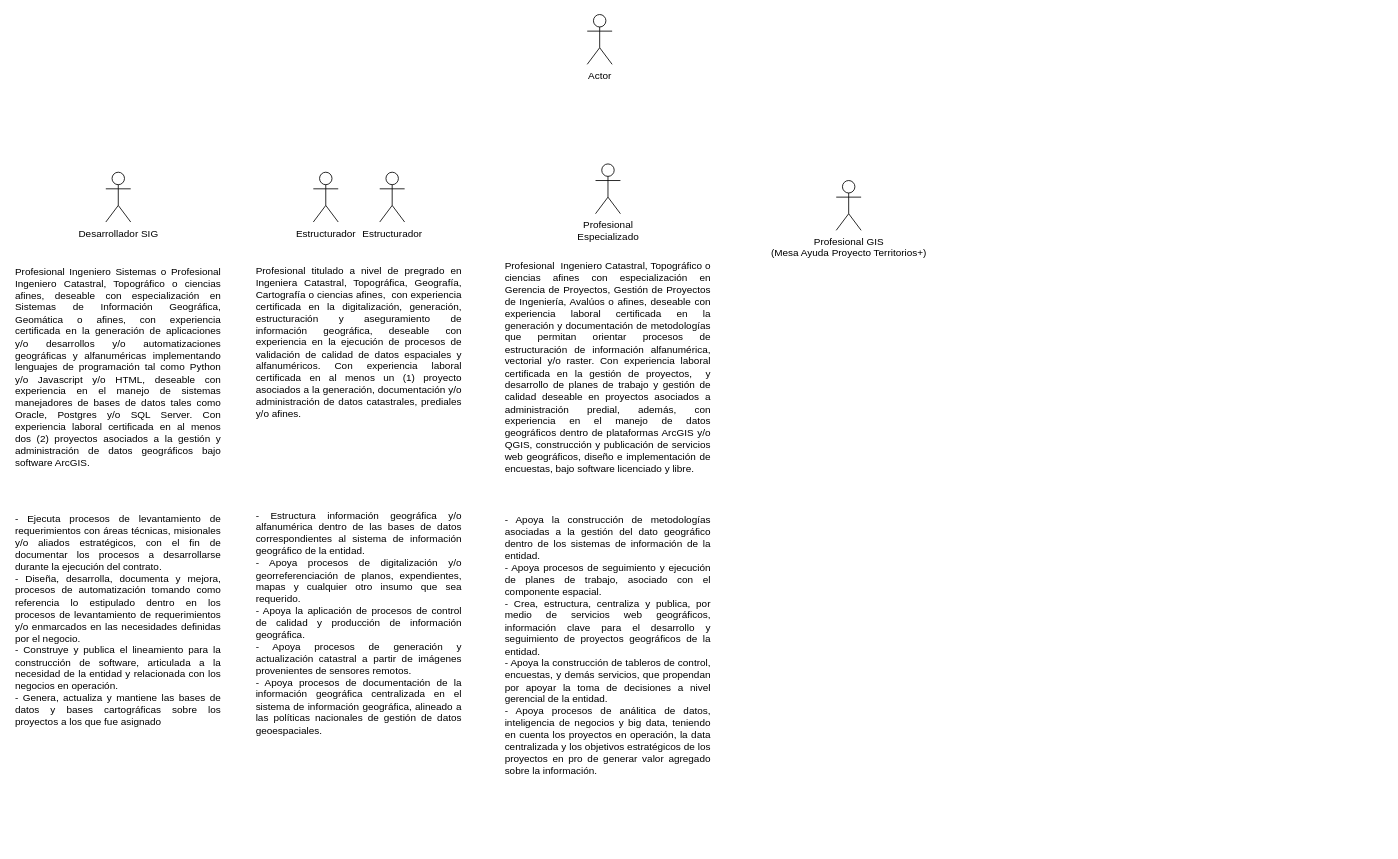
The draw.io diagram OrganigramaCoordinacionGIS.drawio in rjsaby/FlujoProcesos, before the edit. Source tidied: cells renumbered, new cells numbered last; positions are measured from the earlier drawing's top-left corner, leaving out a move shared by most shapes. Both pictures are drawn from the tidied source at 83%, with x=0, y=0 at pixel (14, 14).
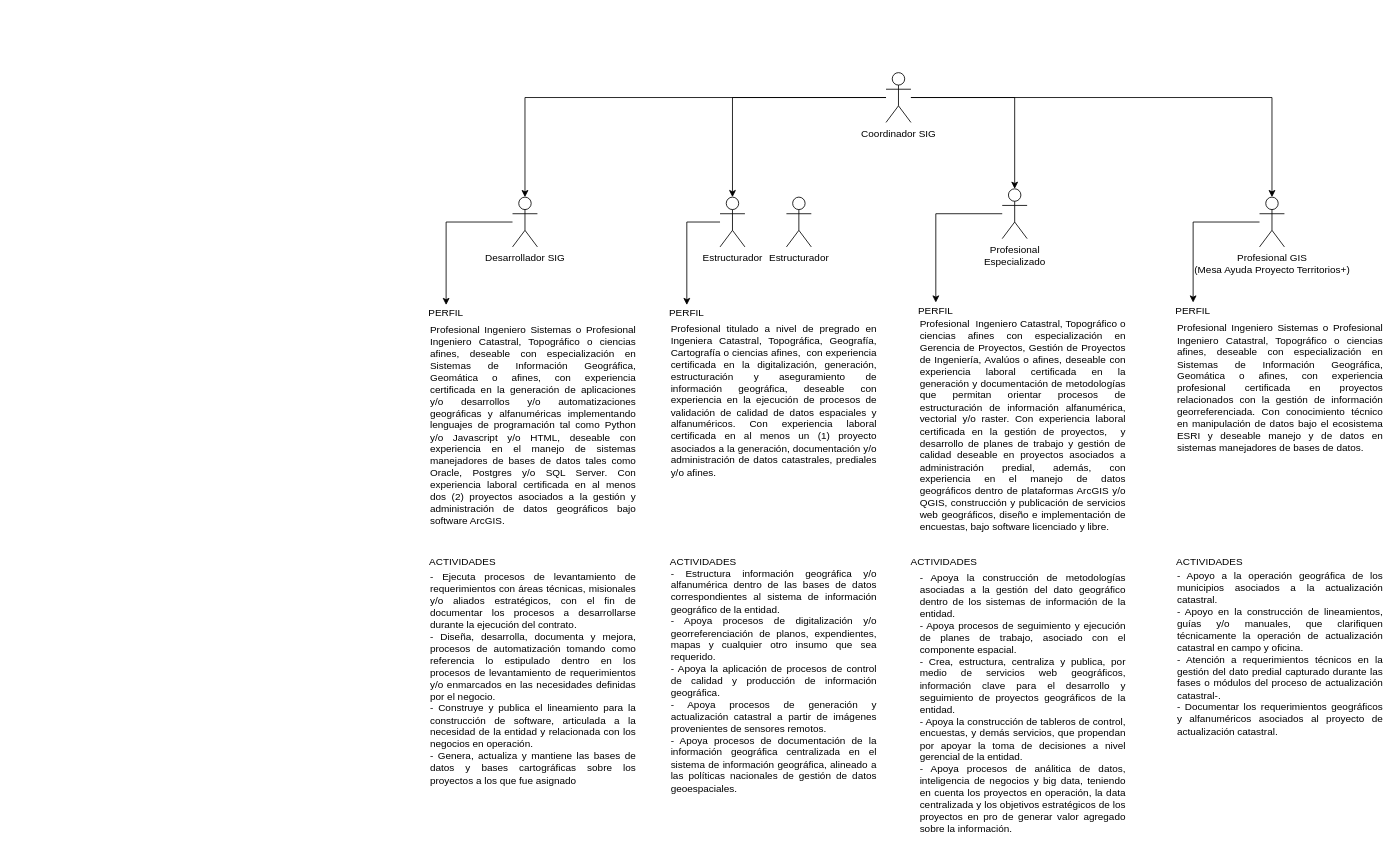
The same page after the edit.

The edit, as a diff of the source:
```diff
@@
+    <mxCell id="14" style="edgeStyle=orthogonalEdgeStyle;rounded=0;jettySize=auto;html=1;entryX=0.5;entryY=0;entryDx=0;entryDy=0;entryPerimeter=0;" parent="1" edge="1" source="2" target="3">
+      <mxGeometry relative="1" as="geometry" />
+    </mxCell>
+    <mxCell id="15" style="edgeStyle=orthogonalEdgeStyle;rounded=0;jettySize=auto;html=1;entryX=0.5;entryY=0;entryDx=0;entryDy=0;entryPerimeter=0;" parent="1" edge="1" source="2" target="7">
+      <mxGeometry relative="1" as="geometry" />
+    </mxCell>
+    <mxCell id="16" style="edgeStyle=orthogonalEdgeStyle;rounded=0;jettySize=auto;html=1;" parent="1" edge="1" source="2" target="4">
+      <mxGeometry relative="1" as="geometry" />
+    </mxCell>
+    <mxCell id="17" style="edgeStyle=orthogonalEdgeStyle;rounded=0;jettySize=auto;html=1;entryX=0.5;entryY=0;entryDx=0;entryDy=0;entryPerimeter=0;" parent="1" edge="1" source="2" target="6">
+      <mxGeometry relative="1" as="geometry" />
+    </mxCell>
-    <mxCell id="2" value="Actor" style="shape=umlActor;verticalLabelPosition=bottom;verticalAlign=top;html=1;outlineConnect=0;" parent="1" vertex="1">
-      <mxGeometry x="690" width="30" height="60" as="geometry" />
+    <mxCell id="2" value="Coordinador SIG" style="shape=umlActor;verticalLabelPosition=bottom;verticalAlign=top;html=1;outlineConnect=0;" parent="1" vertex="1">
+      <mxGeometry x="1050" y="70" width="30" height="60" as="geometry" />
     </mxCell>
+    <mxCell id="18" style="edgeStyle=orthogonalEdgeStyle;rounded=0;jettySize=auto;html=1;" parent="1" edge="1" source="3" target="24">
+      <mxGeometry relative="1" as="geometry" />
+    </mxCell>
     <mxCell id="3" value="Desarrollador SIG" style="shape=umlActor;verticalLabelPosition=bottom;verticalAlign=top;html=1;outlineConnect=0;" parent="1" vertex="1">
-      <mxGeometry x="110" y="190" width="30" height="60" as="geometry" />
+      <mxGeometry x="600" y="220" width="30" height="60" as="geometry" />
     </mxCell>
+    <mxCell id="19" style="edgeStyle=orthogonalEdgeStyle;rounded=0;jettySize=auto;html=1;" parent="1" edge="1" source="4" target="25">
+      <mxGeometry relative="1" as="geometry" />
+    </mxCell>
     <mxCell id="4" value="Estructurador" style="shape=umlActor;verticalLabelPosition=bottom;verticalAlign=top;html=1;outlineConnect=0;" parent="1" vertex="1">
-      <mxGeometry x="360" y="190" width="30" height="60" as="geometry" />
+      <mxGeometry x="850" y="220" width="30" height="60" as="geometry" />
     </mxCell>
     <mxCell id="5" value="Estructurador" style="shape=umlActor;verticalLabelPosition=bottom;verticalAlign=top;html=1;" parent="1" vertex="1">
-      <mxGeometry x="440" y="190" width="30" height="60" as="geometry" />
+      <mxGeometry x="930" y="220" width="30" height="60" as="geometry" />
     </mxCell>
+    <mxCell id="20" style="edgeStyle=orthogonalEdgeStyle;rounded=0;jettySize=auto;html=1;entryX=0.5;entryY=0;entryDx=0;entryDy=0;" parent="1" edge="1" source="6" target="26">
+      <mxGeometry relative="1" as="geometry" />
+    </mxCell>
     <mxCell id="6" value="Profesional&lt;br&gt;Especializado" style="shape=umlActor;verticalLabelPosition=bottom;verticalAlign=top;html=1;outlineConnect=0;" parent="1" vertex="1">
-      <mxGeometry x="700" y="180" width="30" height="60" as="geometry" />
+      <mxGeometry x="1190" y="210" width="30" height="60" as="geometry" />
     </mxCell>
+    <mxCell id="21" style="edgeStyle=orthogonalEdgeStyle;rounded=0;jettySize=auto;html=1;entryX=0.5;entryY=0;entryDx=0;entryDy=0;" parent="1" edge="1" source="7" target="27">
+      <mxGeometry relative="1" as="geometry" />
+    </mxCell>
     <mxCell id="7" value="Profesional GIS &lt;br&gt;(Mesa Ayuda Proyecto Territorios+)" style="shape=umlActor;verticalLabelPosition=bottom;verticalAlign=top;html=1;outlineConnect=0;" parent="1" vertex="1">
-      <mxGeometry x="990" y="200" width="30" height="60" as="geometry" />
+      <mxGeometry x="1500" y="220" width="30" height="60" as="geometry" />
     </mxCell>
     <mxCell id="8" value="&lt;div style=&quot;text-align: justify&quot;&gt;&lt;span&gt;Profesional Ingeniero Sistemas o Profesional Ingeniero Catastral, Topográfico o ciencias afines, deseable con especialización en Sistemas de Información Geográfica, Geomática o afines, con experiencia certificada en la generación de aplicaciones y/o desarrollos y/o automatizaciones geográficas y alfanuméricas implementando lenguajes de programación tal como Python y/o Javascript y/o HTML, deseable con experiencia en el manejo de sistemas manejadores de bases de datos tales como Oracle, Postgres y/o SQL Server. Con experiencia laboral certificada en al menos dos (2) proyectos asociados a la gestión y administración de datos geográficos bajo software ArcGIS.&lt;/span&gt;&lt;/div&gt;" style="text;html=1;strokeColor=none;fillColor=none;align=center;verticalAlign=middle;whiteSpace=wrap;rounded=0;" parent="1" vertex="1">
-      <mxGeometry y="310" width="250" height="230" as="geometry" />
+      <mxGeometry x="500" y="380" width="250" height="230" as="geometry" />
     </mxCell>
     <mxCell id="9" value="&lt;div style=&quot;text-align: justify&quot;&gt;&lt;span&gt;Profesional titulado a nivel de pregrado en Ingeniera Catastral, Topográfica, Geografía, Cartografía o ciencias afines,&amp;nbsp; con experiencia certificada en la digitalización, generación, estructuración y aseguramiento de información geográfica, deseable con experiencia en la ejecución de procesos de validación de calidad de datos espaciales y alfanuméricos. Con experiencia laboral certificada en al menos un (1) proyecto asociados a la generación, documentación y/o administración de datos catastrales, prediales y/o afines.&lt;/span&gt;&lt;/div&gt;" style="text;html=1;strokeColor=none;fillColor=none;align=center;verticalAlign=middle;whiteSpace=wrap;rounded=0;" parent="1" vertex="1">
-      <mxGeometry x="290" y="280" width="250" height="230" as="geometry" />
+      <mxGeometry x="790" y="350" width="250" height="230" as="geometry" />
     </mxCell>
     <mxCell id="10" value="&lt;div style=&quot;text-align: justify&quot;&gt;&lt;span&gt;Profesional&amp;nbsp; Ingeniero Catastral, Topográfico o ciencias afines con especialización en Gerencia de Proyectos, Gestión de Proyectos de Ingeniería, Avalúos o afines, deseable con experiencia laboral certificada en la generación y documentación de metodologías que permitan orientar procesos de estructuración de información alfanumérica, vectorial y/o raster.&lt;/span&gt;&lt;span&gt;&amp;nbsp;Con experiencia laboral certificada en la gestión de proyectos,&amp;nbsp; y desarrollo de planes de trabajo y gestión de calidad deseable en proyectos asociados a administración predial, además, con experiencia en el manejo de datos geográficos dentro de plataformas ArcGIS y/o QGIS, construcción y publicación de servicios web geográficos, diseño e implementación de encuestas, bajo software licenciado y libre.&lt;/span&gt;&lt;/div&gt;" style="text;html=1;strokeColor=none;fillColor=none;align=center;verticalAlign=middle;whiteSpace=wrap;rounded=0;" parent="1" vertex="1">
-      <mxGeometry x="590" y="310" width="250" height="230" as="geometry" />
+      <mxGeometry x="1090" y="380" width="250" height="230" as="geometry" />
     </mxCell>
     <mxCell id="11" value="&lt;div style=&quot;text-align: justify&quot;&gt;&lt;span&gt;- Ejecuta procesos de levantamiento de requerimientos con áreas técnicas, misionales y/o aliados estratégicos, con el fin de documentar los procesos a desarrollarse durante la ejecución del contrato.&lt;/span&gt;&lt;/div&gt;&lt;div style=&quot;text-align: justify&quot;&gt;&lt;span&gt;- Diseña, desarrolla, documenta y mejora, procesos de automatización tomando como referencia lo estipulado dentro en los procesos de levantamiento de requerimientos y/o enmarcados en las necesidades definidas por el negocio.&lt;/span&gt;&lt;/div&gt;&lt;div style=&quot;text-align: justify&quot;&gt;&lt;span&gt;- Construye y publica el lineamiento para la construcción de software, articulada a la necesidad de la entidad y relacionada con los negocios en operación.&lt;/span&gt;&lt;/div&gt;&lt;div style=&quot;text-align: justify&quot;&gt;&lt;span&gt;- Genera, actualiza y mantiene las bases de datos y bases cartográficas sobre los proyectos a los que fue asignado&lt;/span&gt;&lt;/div&gt;" style="text;html=1;strokeColor=none;fillColor=none;align=center;verticalAlign=middle;whiteSpace=wrap;rounded=0;" parent="1" vertex="1">
-      <mxGeometry y="590" width="250" height="280" as="geometry" />
+      <mxGeometry x="500" y="660" width="250" height="280" as="geometry" />
     </mxCell>
     <mxCell id="12" value="&lt;div style=&quot;text-align: justify&quot;&gt;&lt;span&gt;- Estructura información geográfica y/o alfanumérica dentro de las bases de datos correspondientes al sistema de información geográfico de la entidad.&lt;/span&gt;&lt;/div&gt;&lt;div style=&quot;text-align: justify&quot;&gt;&lt;span&gt;- Apoya procesos de digitalización y/o georreferenciación de planos, expendientes, mapas y cualquier otro insumo que sea requerido.&lt;/span&gt;&lt;/div&gt;&lt;div style=&quot;text-align: justify&quot;&gt;&lt;span&gt;- Apoya la aplicación de procesos de control de calidad y producción de información geográfica.&lt;/span&gt;&lt;/div&gt;&lt;div style=&quot;text-align: justify&quot;&gt;&lt;span&gt;- Apoya procesos de generación y actualización catastral a partir de imágenes provenientes de sensores remotos.&lt;/span&gt;&lt;/div&gt;&lt;div style=&quot;text-align: justify&quot;&gt;&lt;span&gt;- Apoya procesos de documentación de la información geográfica centralizada en el sistema de información geográfica, alineado a las políticas nacionales de gestión de datos geoespaciales.&lt;/span&gt;&lt;/div&gt;&lt;div style=&quot;text-align: justify&quot;&gt;&lt;br&gt;&lt;/div&gt;" style="text;html=1;strokeColor=none;fillColor=none;align=center;verticalAlign=middle;whiteSpace=wrap;rounded=0;" parent="1" vertex="1">
-      <mxGeometry x="290" y="600" width="250" height="280" as="geometry" />
+      <mxGeometry x="790" y="670" width="250" height="280" as="geometry" />
     </mxCell>
     <mxCell id="13" value="&lt;div style=&quot;text-align: justify&quot;&gt;&lt;span&gt;- Apoya la construcción de metodologías asociadas a la gestión del dato geográfico dentro de los sistemas de información de la entidad.&lt;/span&gt;&lt;/div&gt;&lt;div style=&quot;text-align: justify&quot;&gt;&lt;span&gt;- Apoya procesos de seguimiento y ejecución de planes de trabajo, asociado con el componente espacial.&lt;/span&gt;&lt;/div&gt;&lt;div style=&quot;text-align: justify&quot;&gt;&lt;span&gt;- Crea, estructura, centraliza y publica, por medio de servicios web geográficos, información clave para el desarrollo y seguimiento de proyectos geográficos de la entidad.&lt;/span&gt;&lt;/div&gt;&lt;div style=&quot;text-align: justify&quot;&gt;&lt;span&gt;- Apoya la construcción de tableros de control, encuestas, y demás servicios, que propendan por apoyar la toma de decisiones a nivel gerencial de la entidad.&lt;/span&gt;&lt;/div&gt;&lt;div style=&quot;text-align: justify&quot;&gt;&lt;span&gt;- Apoya procesos de análitica de datos, inteligencia de negocios y big data, teniendo en cuenta los proyectos en operación, la data centralizada y los objetivos estratégicos de los proyectos en pro de generar valor agregado sobre la información.&lt;/span&gt;&lt;/div&gt;" style="text;html=1;strokeColor=none;fillColor=none;align=center;verticalAlign=middle;whiteSpace=wrap;rounded=0;" parent="1" vertex="1">
-      <mxGeometry x="590" y="590" width="250" height="340" as="geometry" />
+      <mxGeometry x="1090" y="660" width="250" height="340" as="geometry" />
     </mxCell>
+    <mxCell id="22" value="&lt;div style=&quot;text-align: justify&quot;&gt;&lt;span&gt;Profesional Ingeniero Sistemas o Profesional Ingeniero Catastral, Topográfico o ciencias afines, deseable con especialización en Sistemas de Información Geográfica, Geomática o afines, con experiencia profesional certificada en proyectos relacionados con la gestión de información georreferenciada. Con conocimiento técnico en manipulación de datos bajo el ecosistema ESRI y deseable manejo y de datos en sistemas manejadores de bases de datos.&lt;/span&gt;&lt;/div&gt;" style="text;html=1;strokeColor=none;fillColor=none;align=center;verticalAlign=middle;whiteSpace=wrap;rounded=0;" parent="1" vertex="1">
+      <mxGeometry x="1400" y="360" width="250" height="180" as="geometry" />
+    </mxCell>
+    <mxCell id="23" value="&lt;div style=&quot;text-align: justify&quot;&gt;&lt;span&gt;- Apoyo a la operación geográfica de los municipios asociados a la actualización catastral.&lt;br&gt;&lt;/span&gt;&lt;/div&gt;&lt;div style=&quot;text-align: justify&quot;&gt;&lt;span&gt;- Apoyo en la construcción de lineamientos, guías y/o manuales, que clarifiquen técnicamente la operación de actualización catastral en campo y oficina.&lt;/span&gt;&lt;/div&gt;&lt;div style=&quot;text-align: justify&quot;&gt;&lt;span&gt;- Atención a requerimientos técnicos en la gestión del dato predial capturado durante las fases o módulos del proceso de actualización catastral-.&lt;/span&gt;&lt;/div&gt;&lt;div style=&quot;text-align: justify&quot;&gt;&lt;span&gt;- Documentar los requerimientos geográficos y alfanuméricos asociados al proyecto de actualización catastral.&lt;/span&gt;&lt;/div&gt;" style="text;html=1;strokeColor=none;fillColor=none;align=center;verticalAlign=middle;whiteSpace=wrap;rounded=0;" parent="1" vertex="1">
+      <mxGeometry x="1400" y="660" width="250" height="220" as="geometry" />
+    </mxCell>
+    <mxCell id="24" value="PERFIL" style="text;html=1;strokeColor=none;fillColor=none;align=center;verticalAlign=middle;whiteSpace=wrap;rounded=0;" parent="1" vertex="1">
+      <mxGeometry x="500" y="350" width="40" height="20" as="geometry" />
+    </mxCell>
+    <mxCell id="25" value="PERFIL" style="text;html=1;strokeColor=none;fillColor=none;align=center;verticalAlign=middle;whiteSpace=wrap;rounded=0;" parent="1" vertex="1">
+      <mxGeometry x="790" y="350" width="40" height="20" as="geometry" />
+    </mxCell>
+    <mxCell id="26" value="PERFIL" style="text;html=1;strokeColor=none;fillColor=none;align=center;verticalAlign=middle;whiteSpace=wrap;rounded=0;" parent="1" vertex="1">
+      <mxGeometry x="1090" y="347" width="40" height="20" as="geometry" />
+    </mxCell>
+    <mxCell id="27" value="PERFIL" style="text;html=1;strokeColor=none;fillColor=none;align=center;verticalAlign=middle;whiteSpace=wrap;rounded=0;" parent="1" vertex="1">
+      <mxGeometry x="1400" y="347" width="40" height="20" as="geometry" />
+    </mxCell>
+    <mxCell id="28" value="ACTIVIDADES" style="text;html=1;strokeColor=none;fillColor=none;align=center;verticalAlign=middle;whiteSpace=wrap;rounded=0;" parent="1" vertex="1">
+      <mxGeometry x="520" y="650" width="40" height="20" as="geometry" />
+    </mxCell>
+    <mxCell id="29" value="ACTIVIDADES" style="text;html=1;strokeColor=none;fillColor=none;align=center;verticalAlign=middle;whiteSpace=wrap;rounded=0;" parent="1" vertex="1">
+      <mxGeometry x="810" y="650" width="40" height="20" as="geometry" />
+    </mxCell>
+    <mxCell id="30" value="ACTIVIDADES" style="text;html=1;strokeColor=none;fillColor=none;align=center;verticalAlign=middle;whiteSpace=wrap;rounded=0;" parent="1" vertex="1">
+      <mxGeometry x="1100" y="650" width="40" height="20" as="geometry" />
+    </mxCell>
+    <mxCell id="31" value="ACTIVIDADES" style="text;html=1;strokeColor=none;fillColor=none;align=center;verticalAlign=middle;whiteSpace=wrap;rounded=0;" parent="1" vertex="1">
+      <mxGeometry x="1420" y="650" width="40" height="20" as="geometry" />
+    </mxCell>
```
